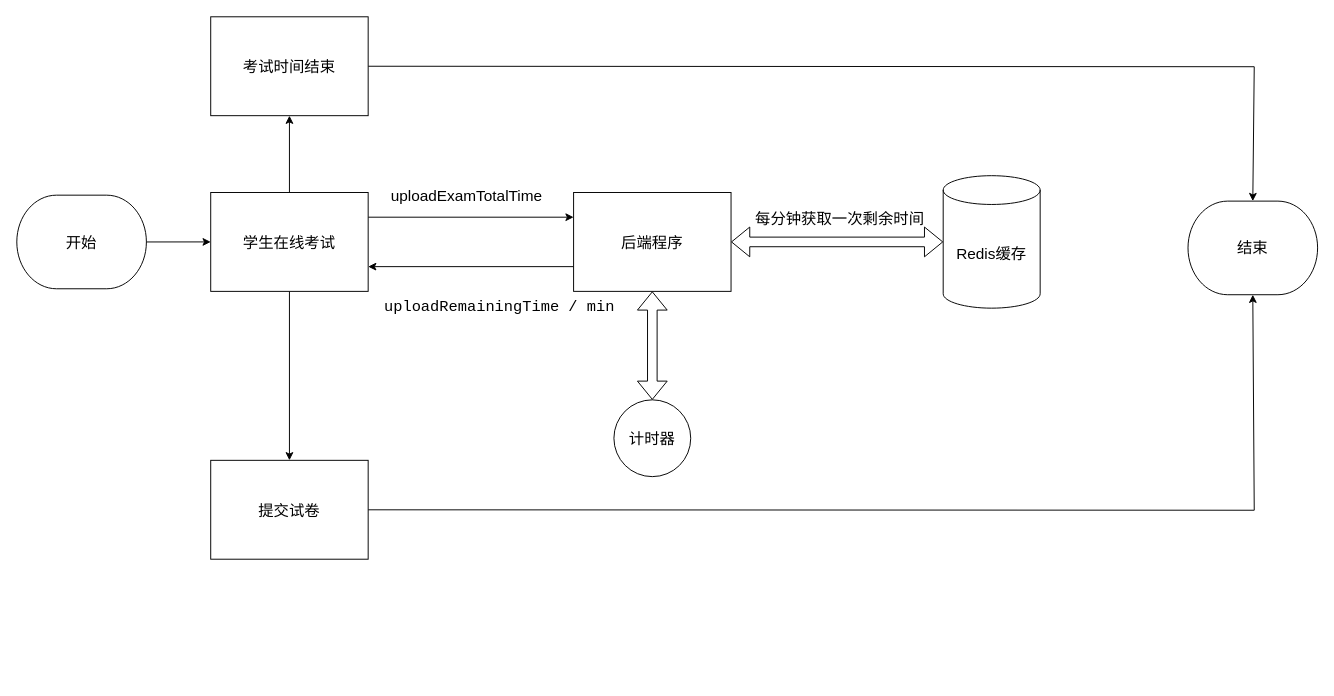
Above: examinationSystemVue/src/4-3-4.drawio in Sakeyuan/Web-ExaminationSystem (draw.io), before the change. Source tidied: cells renumbered, new cells numbered last; positions are measured from the earlier drawing's top-left corner, leaving out a move shared by most shapes. Both pictures are drawn from the tidied source at 96%, with x=0, y=0 at pixel (16, 16).
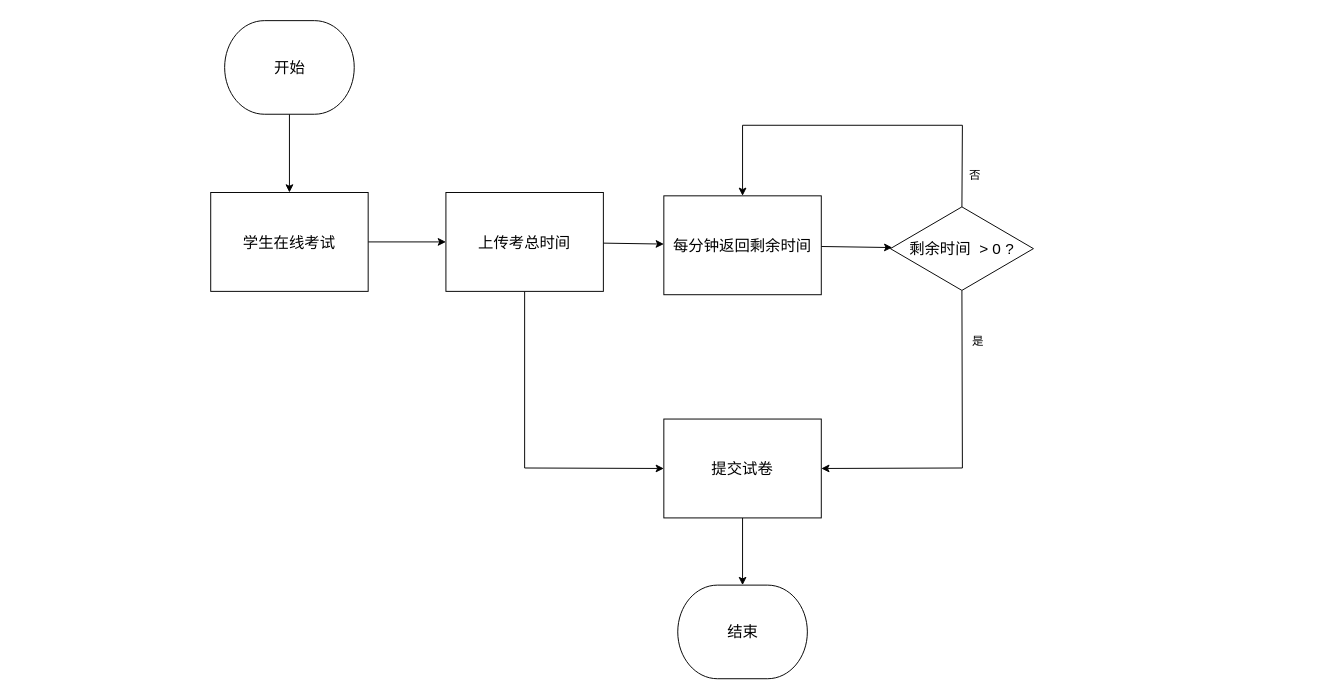
The same page after the edit.

Unchanged cells that the change refers to:
```xml
<mxCell id="5" value="&lt;font style=&quot;font-size: 16px;&quot;&gt;学生在线考试&lt;/font&gt;" style="rounded=0;whiteSpace=wrap;html=1;fillColor=#FFFFFF;strokeColor=#000000;strokeWidth=1;fontColor=#000000;fontSize=16;" parent="1" vertex="1">
  <mxGeometry x="202" y="183" width="164" height="103" as="geometry" />
</mxCell>
```

The edit, as a diff of the source:
```diff
@@
-    <mxCell id="2" style="edgeStyle=none;html=1;exitX=1;exitY=0.25;exitDx=0;exitDy=0;entryX=0;entryY=0.25;entryDx=0;entryDy=0;fontSize=16;strokeColor=#000000;fontColor=#000000;" parent="1" edge="1" source="5" target="7">
+    <mxCell id="2" style="edgeStyle=none;html=1;exitX=1;exitY=0.5;exitDx=0;exitDy=0;entryX=0;entryY=0.5;entryDx=0;entryDy=0;strokeColor=#000000;" parent="1" edge="1" source="5" target="7">
       <mxGeometry relative="1" as="geometry" />
     </mxCell>
-    <mxCell id="3" style="edgeStyle=none;html=1;strokeColor=#000000;fontColor=#000000;fontSize=16;" parent="1" edge="1" source="5" target="18">
-      <mxGeometry relative="1" as="geometry" />
-    </mxCell>
-    <mxCell id="4" style="edgeStyle=none;html=1;strokeColor=#000000;fontColor=#000000;fontSize=16;" parent="1" edge="1" source="5" target="20">
-      <mxGeometry relative="1" as="geometry" />
-    </mxCell>
@@
-    <mxCell id="6" style="edgeStyle=none;html=1;exitX=0;exitY=0.75;exitDx=0;exitDy=0;entryX=1;entryY=0.75;entryDx=0;entryDy=0;strokeColor=#000000;fontSize=16;fontColor=#000000;" parent="1" edge="1" source="7" target="5">
-      <mxGeometry relative="1" as="geometry" />
-    </mxCell>
+    <mxCell id="22" style="edgeStyle=none;html=1;strokeColor=#000000;" parent="1" edge="1" source="7" target="25">
+      <mxGeometry relative="1" as="geometry" />
+    </mxCell>
+    <mxCell id="23" style="edgeStyle=none;html=1;exitX=0.5;exitY=1;exitDx=0;exitDy=0;entryX=0;entryY=0.5;entryDx=0;entryDy=0;strokeColor=#000000;rounded=0;" parent="1" edge="1" source="7" target="20">
+      <mxGeometry relative="1" as="geometry">
+        <Array as="points">
+          <mxPoint x="529" y="470" />
+        </Array>
+      </mxGeometry>
+    </mxCell>
-    <mxCell id="7" value="&lt;span style=&quot;font-size: 16px;&quot;&gt;后端程序&lt;/span&gt;" style="rounded=0;whiteSpace=wrap;html=1;fillColor=#FFFFFF;strokeColor=#000000;strokeWidth=1;fontColor=#000000;fontSize=16;" parent="1" vertex="1">
-      <mxGeometry x="580" y="183" width="164" height="103" as="geometry" />
+    <mxCell id="7" value="&lt;span style=&quot;font-size: 16px;&quot;&gt;上传考总时间&lt;/span&gt;" style="rounded=0;whiteSpace=wrap;html=1;fillColor=#FFFFFF;strokeColor=#000000;strokeWidth=1;fontColor=#000000;fontSize=16;" parent="1" vertex="1">
+      <mxGeometry x="447" y="183" width="164" height="103" as="geometry" />
     </mxCell>
-    <mxCell id="8" value="&lt;p class=&quot;MsoNormal&quot; style=&quot;font-size: 16px;&quot;&gt;&lt;span style=&quot;font-family: 宋体; font-size: 16px;&quot;&gt;&lt;font face=&quot;Calibri&quot; style=&quot;font-size: 16px;&quot;&gt;uploadExamTotalTime&lt;/font&gt;&lt;/span&gt;&lt;/p&gt;" style="text;whiteSpace=wrap;html=1;fontSize=16;fontColor=#000000;" parent="1" vertex="1">
-      <mxGeometry x="388" y="154" width="171" height="74" as="geometry" />
-    </mxCell>
-    <mxCell id="9" value="Redis缓存" style="shape=cylinder3;whiteSpace=wrap;html=1;boundedLbl=1;backgroundOutline=1;size=15;fontSize=16;fontColor=#000000;fillColor=#FFFFFF;strokeColor=#000000;strokeWidth=1;" parent="1" vertex="1">
-      <mxGeometry x="965" y="165.5" width="101" height="138" as="geometry" />
-    </mxCell>
-    <mxCell id="10" value="&lt;pre style=&quot;font-family: Consolas; font-size: 16px;&quot;&gt;&lt;span style=&quot;background-color: rgb(255, 255, 255); font-size: 16px;&quot;&gt;uploadRemainingTime / min&lt;/span&gt;&lt;/pre&gt;" style="text;whiteSpace=wrap;html=1;fontSize=16;fontColor=#000000;" parent="1" vertex="1">
-      <mxGeometry x="381" y="271" width="165" height="64" as="geometry" />
-    </mxCell>
-    <mxCell id="11" style="shape=flexArrow;endArrow=classic;startArrow=classic;html=1;strokeColor=#000000;fontSize=16;fontColor=#000000;entryX=0;entryY=0.5;entryDx=0;entryDy=0;entryPerimeter=0;exitX=1;exitY=0.5;exitDx=0;exitDy=0;" parent="1" edge="1" source="7" target="9">
-      <mxGeometry relative="1" as="geometry" />
-    </mxCell>
-    <mxCell id="12" value="计时器" style="ellipse;whiteSpace=wrap;html=1;labelBackgroundColor=#FFFFFF;fontSize=16;fontColor=#000000;fillColor=#FFFFFF;strokeColor=#000000;strokeWidth=1;" parent="1" vertex="1">
-      <mxGeometry x="622" y="399" width="80" height="80" as="geometry" />
-    </mxCell>
-    <mxCell id="13" style="shape=flexArrow;endArrow=classic;startArrow=classic;html=1;strokeColor=#000000;fontSize=16;fontColor=#000000;entryX=0.5;entryY=1;entryDx=0;entryDy=0;exitX=0.5;exitY=0;exitDx=0;exitDy=0;" parent="1" edge="1" source="12" target="7">
-      <mxGeometry relative="1" as="geometry" />
-    </mxCell>
-    <mxCell id="14" value="每分钟获取一次剩余时间" style="text;html=1;align=center;verticalAlign=middle;strokeColor=none;fillColor=none;fontSize=16;fontColor=#000000;" parent="1" vertex="1">
-      <mxGeometry x="760" y="194" width="194" height="31" as="geometry" />
-    </mxCell>
-    <mxCell id="15" style="edgeStyle=none;html=1;exitX=1;exitY=0.5;exitDx=0;exitDy=0;exitPerimeter=0;entryX=0;entryY=0.5;entryDx=0;entryDy=0;strokeColor=#000000;fontColor=#000000;fontSize=16;" parent="1" edge="1" source="16" target="5">
+    <mxCell id="15" style="edgeStyle=none;html=1;exitX=0.5;exitY=1;exitDx=0;exitDy=0;exitPerimeter=0;entryX=0.5;entryY=0;entryDx=0;entryDy=0;strokeColor=#000000;" parent="1" edge="1" source="16" target="5">
       <mxGeometry relative="1" as="geometry" />
     </mxCell>
     <mxCell id="16" value="开始" style="strokeWidth=1;html=1;shape=mxgraph.flowchart.terminator;whiteSpace=wrap;fillColor=#FFFFFF;strokeColor=#000000;fontColor=#000000;fontSize=16;" parent="1" vertex="1">
-      <mxGeometry y="185.8" width="135" height="97.5" as="geometry" />
+      <mxGeometry x="216.5" y="4" width="135" height="97.5" as="geometry" />
     </mxCell>
-    <mxCell id="17" style="edgeStyle=none;html=1;exitX=1;exitY=0.5;exitDx=0;exitDy=0;entryX=0.5;entryY=0;entryDx=0;entryDy=0;entryPerimeter=0;strokeColor=#000000;rounded=0;fontColor=#000000;fontSize=16;" parent="1" edge="1" source="18" target="21">
-      <mxGeometry relative="1" as="geometry">
-        <Array as="points">
-          <mxPoint x="1289" y="52" />
-        </Array>
-      </mxGeometry>
-    </mxCell>
-    <mxCell id="18" value="&lt;font style=&quot;font-size: 16px;&quot;&gt;考试时间结束&lt;/font&gt;" style="rounded=0;whiteSpace=wrap;html=1;fillColor=#FFFFFF;strokeColor=#000000;strokeWidth=1;fontColor=#000000;fontSize=16;" parent="1" vertex="1">
-      <mxGeometry x="202" width="164" height="103" as="geometry" />
-    </mxCell>
+    <mxCell id="21" value="结束" style="strokeWidth=1;html=1;shape=mxgraph.flowchart.terminator;whiteSpace=wrap;fillColor=#FFFFFF;strokeColor=#000000;fontColor=#000000;fontSize=16;" parent="1" vertex="1">
+      <mxGeometry x="688.5" y="592" width="135" height="97.5" as="geometry" />
+    </mxCell>
+    <mxCell id="24" style="edgeStyle=none;html=1;strokeColor=#000000;" parent="1" edge="1" source="25" target="28">
+      <mxGeometry relative="1" as="geometry" />
+    </mxCell>
+    <mxCell id="25" value="每分钟返回剩余时间" style="rounded=0;whiteSpace=wrap;html=1;fillColor=#FFFFFF;strokeColor=#000000;strokeWidth=1;fontColor=#000000;fontSize=16;" parent="1" vertex="1">
+      <mxGeometry x="674" y="186.5" width="164" height="103" as="geometry" />
+    </mxCell>
+    <mxCell id="26" style="edgeStyle=none;rounded=0;html=1;exitX=0.5;exitY=0;exitDx=0;exitDy=0;entryX=0.5;entryY=0;entryDx=0;entryDy=0;strokeColor=#000000;" parent="1" edge="1" source="28" target="25">
+      <mxGeometry relative="1" as="geometry">
+        <Array as="points">
+          <mxPoint x="985" y="113" />
+          <mxPoint x="756" y="113" />
+        </Array>
+      </mxGeometry>
+    </mxCell>
+    <mxCell id="27" style="edgeStyle=none;rounded=0;html=1;exitX=0.5;exitY=1;exitDx=0;exitDy=0;entryX=1;entryY=0.5;entryDx=0;entryDy=0;strokeColor=#000000;fontColor=#000000;" parent="1" edge="1" source="28" target="20">
+      <mxGeometry relative="1" as="geometry">
+        <Array as="points">
+          <mxPoint x="985" y="470" />
+        </Array>
+      </mxGeometry>
+    </mxCell>
+    <mxCell id="28" value="剩余时间&amp;nbsp; &amp;gt; 0 ?" style="rhombus;whiteSpace=wrap;html=1;fontSize=16;fillColor=#FFFFFF;strokeColor=#000000;fontColor=#000000;rounded=0;strokeWidth=1;" parent="1" vertex="1">
+      <mxGeometry x="910" y="198" width="149" height="87" as="geometry" />
+    </mxCell>
-    <mxCell id="19" style="edgeStyle=none;rounded=0;html=1;entryX=0.5;entryY=1;entryDx=0;entryDy=0;entryPerimeter=0;strokeColor=#000000;fontColor=#000000;fontSize=16;" parent="1" edge="1" source="20" target="21">
-      <mxGeometry relative="1" as="geometry">
-        <Array as="points">
-          <mxPoint x="1289" y="514" />
-        </Array>
-      </mxGeometry>
+    <mxCell id="19" style="edgeStyle=none;rounded=0;html=1;exitX=0.5;exitY=1;exitDx=0;exitDy=0;entryX=0.5;entryY=0;entryDx=0;entryDy=0;entryPerimeter=0;strokeColor=#000000;fontColor=#000000;" parent="1" edge="1" source="20" target="21">
+      <mxGeometry relative="1" as="geometry" />
     </mxCell>
-    <mxCell id="20" value="&lt;span style=&quot;font-size: 16px;&quot;&gt;提交试卷&lt;/span&gt;" style="rounded=0;whiteSpace=wrap;html=1;fillColor=#FFFFFF;strokeColor=#000000;strokeWidth=1;fontColor=#000000;fontSize=16;" parent="1" vertex="1">
-      <mxGeometry x="202" y="462" width="164" height="103" as="geometry" />
+    <mxCell id="20" value="提交试卷" style="rounded=0;whiteSpace=wrap;html=1;fillColor=#FFFFFF;strokeColor=#000000;strokeWidth=1;fontColor=#000000;fontSize=16;" parent="1" vertex="1">
+      <mxGeometry x="674" y="419" width="164" height="103" as="geometry" />
     </mxCell>
-    <mxCell id="21" value="结束" style="strokeWidth=1;html=1;shape=mxgraph.flowchart.terminator;whiteSpace=wrap;fillColor=#FFFFFF;strokeColor=#000000;fontColor=#000000;fontSize=16;" parent="1" vertex="1">
-      <mxGeometry x="1220" y="192" width="135" height="97.5" as="geometry" />
-    </mxCell>
+    <mxCell id="29" value="&lt;font color=&quot;#000000&quot;&gt;否&lt;/font&gt;" style="text;html=1;align=center;verticalAlign=middle;strokeColor=none;fillColor=none;" parent="1" vertex="1">
+      <mxGeometry x="983" y="152" width="30" height="26" as="geometry" />
+    </mxCell>
+    <mxCell id="30" value="是" style="text;html=1;align=center;verticalAlign=middle;strokeColor=none;fillColor=none;fontColor=#000000;" parent="1" vertex="1">
+      <mxGeometry x="986" y="325" width="30" height="26" as="geometry" />
+    </mxCell>
```
